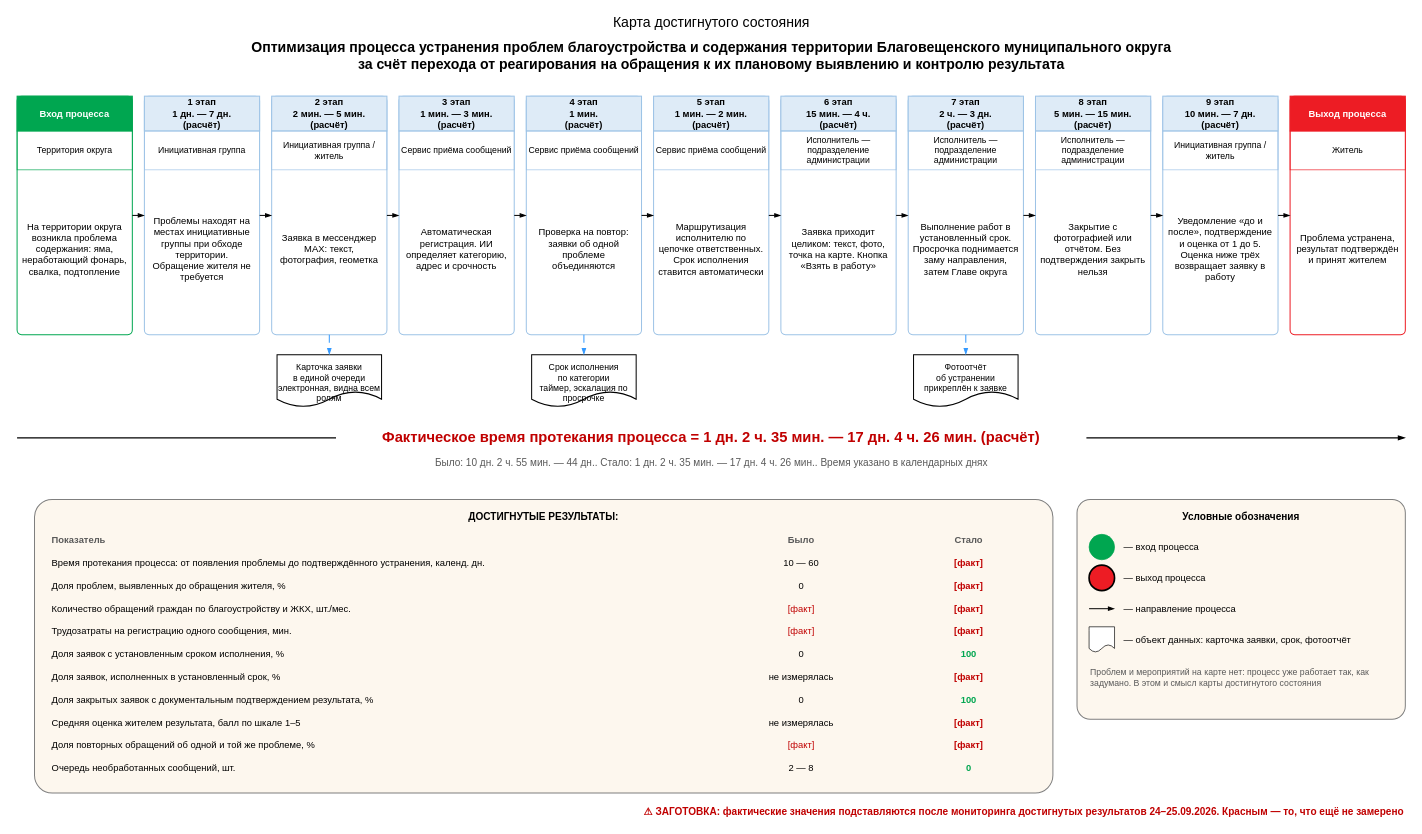
This is файлы/karta-dostignutogo.drawio from NiceGenn/Team-28-progress, a draw.io file, before an edit. Source tidied: cells renumbered, new cells numbered last; positions are measured from the earlier drawing's top-left corner, leaving out a move shared by most shapes. Both pictures are drawn from the tidied source at 67%, with x=0, y=0 at pixel (17, 11).
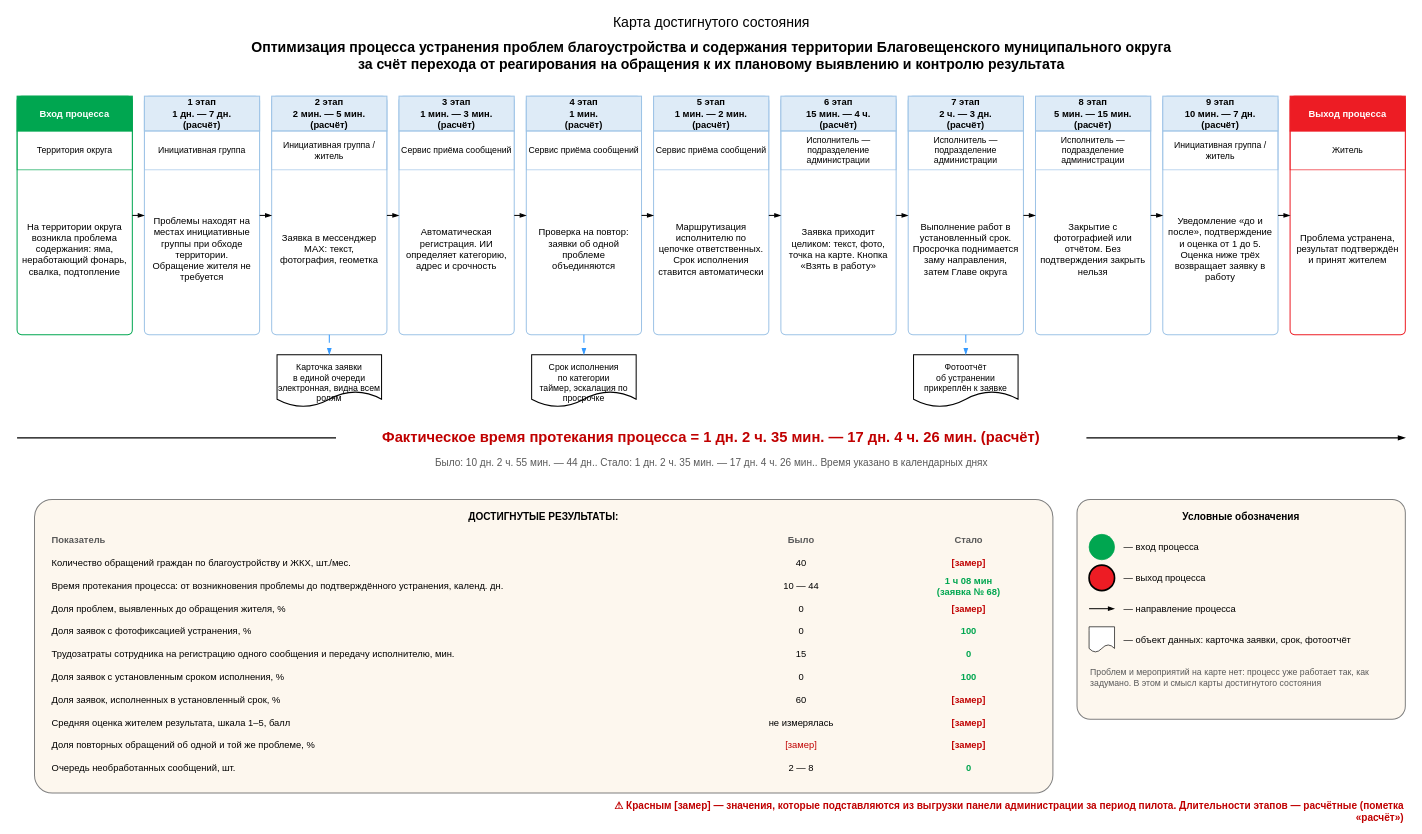
After the change.

Unchanged cells that the change refers to:
```xml
<mxCell id="67" value="ДОСТИГНУТЫЕ РЕЗУЛЬТАТЫ:" style="rounded=1;arcSize=6;whiteSpace=wrap;html=1;fillColor=#FDF7EE;strokeColor=#7F7F7F;strokeWidth=1.5;verticalAlign=top;align=center;fontSize=15;fontStyle=1;spacing=12;" parent="1" vertex="1">
  <mxGeometry x="26" y="728" width="1520" height="438" as="geometry" />
</mxCell>
```

What changed in the source:
```diff
@@
-    <mxCell id="71" value="Время протекания процесса: от появления проблемы до подтверждённого устранения, календ. дн." style="text;html=1;align=left;verticalAlign=middle;fontSize=14;" parent="67" vertex="1">
+    <mxCell id="71" value="Количество обращений граждан по благоустройству и ЖКХ, шт./мес." style="text;html=1;align=left;verticalAlign=middle;fontSize=14;" parent="67" vertex="1">
       <mxGeometry x="24" y="78" width="1000" height="34" as="geometry" />
     </mxCell>
-    <mxCell id="72" value="10 — 60" style="text;html=1;align=center;verticalAlign=middle;fontSize=14;fontColor=#000000;" parent="67" vertex="1">
+    <mxCell id="72" value="40" style="text;html=1;align=center;verticalAlign=middle;fontSize=14;fontColor=#000000;" parent="67" vertex="1">
       <mxGeometry x="1024" y="78" width="240" height="34" as="geometry" />
     </mxCell>
-    <mxCell id="73" value="[факт]" style="text;html=1;align=center;verticalAlign=middle;fontSize=14;fontStyle=1;fontColor=#C00000;" parent="67" vertex="1">
+    <mxCell id="73" value="[замер]" style="text;html=1;align=center;verticalAlign=middle;fontSize=14;fontStyle=1;fontColor=#C00000;" parent="67" vertex="1">
       <mxGeometry x="1274" y="78" width="240" height="34" as="geometry" />
     </mxCell>
-    <mxCell id="74" value="Доля проблем, выявленных до обращения жителя, %" style="text;html=1;align=left;verticalAlign=middle;fontSize=14;" parent="67" vertex="1">
+    <mxCell id="74" value="Время протекания процесса: от возникновения проблемы до подтверждённого устранения, календ. дн." style="text;html=1;align=left;verticalAlign=middle;fontSize=14;" parent="67" vertex="1">
       <mxGeometry x="24" y="112" width="1000" height="34" as="geometry" />
     </mxCell>
-    <mxCell id="75" value="0" style="text;html=1;align=center;verticalAlign=middle;fontSize=14;fontColor=#000000;" parent="67" vertex="1">
+    <mxCell id="75" value="10 — 44" style="text;html=1;align=center;verticalAlign=middle;fontSize=14;fontColor=#000000;" parent="67" vertex="1">
       <mxGeometry x="1024" y="112" width="240" height="34" as="geometry" />
     </mxCell>
-    <mxCell id="76" value="[факт]" style="text;html=1;align=center;verticalAlign=middle;fontSize=14;fontStyle=1;fontColor=#C00000;" parent="67" vertex="1">
+    <mxCell id="76" value="1 ч 08 мин&lt;br&gt;(заявка № 68)" style="text;html=1;align=center;verticalAlign=middle;fontSize=14;fontStyle=1;fontColor=#00A650;" parent="67" vertex="1">
       <mxGeometry x="1274" y="112" width="240" height="34" as="geometry" />
     </mxCell>
-    <mxCell id="77" value="Количество обращений граждан по благоустройству и ЖКХ, шт./мес." style="text;html=1;align=left;verticalAlign=middle;fontSize=14;" parent="67" vertex="1">
+    <mxCell id="77" value="Доля проблем, выявленных до обращения жителя, %" style="text;html=1;align=left;verticalAlign=middle;fontSize=14;" parent="67" vertex="1">
       <mxGeometry x="24" y="146" width="1000" height="34" as="geometry" />
     </mxCell>
-    <mxCell id="78" value="[факт]" style="text;html=1;align=center;verticalAlign=middle;fontSize=14;fontColor=#C00000;" parent="67" vertex="1">
+    <mxCell id="78" value="0" style="text;html=1;align=center;verticalAlign=middle;fontSize=14;fontColor=#000000;" parent="67" vertex="1">
       <mxGeometry x="1024" y="146" width="240" height="34" as="geometry" />
     </mxCell>
-    <mxCell id="79" value="[факт]" style="text;html=1;align=center;verticalAlign=middle;fontSize=14;fontStyle=1;fontColor=#C00000;" parent="67" vertex="1">
+    <mxCell id="79" value="[замер]" style="text;html=1;align=center;verticalAlign=middle;fontSize=14;fontStyle=1;fontColor=#C00000;" parent="67" vertex="1">
       <mxGeometry x="1274" y="146" width="240" height="34" as="geometry" />
     </mxCell>
-    <mxCell id="80" value="Трудозатраты на регистрацию одного сообщения, мин." style="text;html=1;align=left;verticalAlign=middle;fontSize=14;" parent="67" vertex="1">
+    <mxCell id="80" value="Доля заявок с фотофиксацией устранения, %" style="text;html=1;align=left;verticalAlign=middle;fontSize=14;" parent="67" vertex="1">
       <mxGeometry x="24" y="180" width="1000" height="34" as="geometry" />
     </mxCell>
-    <mxCell id="81" value="[факт]" style="text;html=1;align=center;verticalAlign=middle;fontSize=14;fontColor=#C00000;" parent="67" vertex="1">
+    <mxCell id="81" value="0" style="text;html=1;align=center;verticalAlign=middle;fontSize=14;fontColor=#000000;" parent="67" vertex="1">
       <mxGeometry x="1024" y="180" width="240" height="34" as="geometry" />
     </mxCell>
-    <mxCell id="82" value="[факт]" style="text;html=1;align=center;verticalAlign=middle;fontSize=14;fontStyle=1;fontColor=#C00000;" parent="67" vertex="1">
+    <mxCell id="82" value="100" style="text;html=1;align=center;verticalAlign=middle;fontSize=14;fontStyle=1;fontColor=#00A650;" parent="67" vertex="1">
       <mxGeometry x="1274" y="180" width="240" height="34" as="geometry" />
     </mxCell>
-    <mxCell id="83" value="Доля заявок с установленным сроком исполнения, %" style="text;html=1;align=left;verticalAlign=middle;fontSize=14;" parent="67" vertex="1">
+    <mxCell id="83" value="Трудозатраты сотрудника на регистрацию одного сообщения и передачу исполнителю, мин." style="text;html=1;align=left;verticalAlign=middle;fontSize=14;" parent="67" vertex="1">
       <mxGeometry x="24" y="214" width="1000" height="34" as="geometry" />
     </mxCell>
-    <mxCell id="84" value="0" style="text;html=1;align=center;verticalAlign=middle;fontSize=14;fontColor=#000000;" parent="67" vertex="1">
+    <mxCell id="84" value="15" style="text;html=1;align=center;verticalAlign=middle;fontSize=14;fontColor=#000000;" parent="67" vertex="1">
       <mxGeometry x="1024" y="214" width="240" height="34" as="geometry" />
     </mxCell>
-    <mxCell id="85" value="100" style="text;html=1;align=center;verticalAlign=middle;fontSize=14;fontStyle=1;fontColor=#00A650;" parent="67" vertex="1">
+    <mxCell id="85" value="0" style="text;html=1;align=center;verticalAlign=middle;fontSize=14;fontStyle=1;fontColor=#00A650;" parent="67" vertex="1">
       <mxGeometry x="1274" y="214" width="240" height="34" as="geometry" />
     </mxCell>
-    <mxCell id="86" value="Доля заявок, исполненных в установленный срок, %" style="text;html=1;align=left;verticalAlign=middle;fontSize=14;" parent="67" vertex="1">
+    <mxCell id="86" value="Доля заявок с установленным сроком исполнения, %" style="text;html=1;align=left;verticalAlign=middle;fontSize=14;" parent="67" vertex="1">
       <mxGeometry x="24" y="248" width="1000" height="34" as="geometry" />
     </mxCell>
-    <mxCell id="87" value="не измерялась" style="text;html=1;align=center;verticalAlign=middle;fontSize=14;fontColor=#000000;" parent="67" vertex="1">
+    <mxCell id="87" value="0" style="text;html=1;align=center;verticalAlign=middle;fontSize=14;fontColor=#000000;" parent="67" vertex="1">
       <mxGeometry x="1024" y="248" width="240" height="34" as="geometry" />
     </mxCell>
-    <mxCell id="88" value="[факт]" style="text;html=1;align=center;verticalAlign=middle;fontSize=14;fontStyle=1;fontColor=#C00000;" parent="67" vertex="1">
+    <mxCell id="88" value="100" style="text;html=1;align=center;verticalAlign=middle;fontSize=14;fontStyle=1;fontColor=#00A650;" parent="67" vertex="1">
       <mxGeometry x="1274" y="248" width="240" height="34" as="geometry" />
     </mxCell>
-    <mxCell id="89" value="Доля закрытых заявок с документальным подтверждением результата, %" style="text;html=1;align=left;verticalAlign=middle;fontSize=14;" parent="67" vertex="1">
+    <mxCell id="89" value="Доля заявок, исполненных в установленный срок, %" style="text;html=1;align=left;verticalAlign=middle;fontSize=14;" parent="67" vertex="1">
       <mxGeometry x="24" y="282" width="1000" height="34" as="geometry" />
     </mxCell>
-    <mxCell id="90" value="0" style="text;html=1;align=center;verticalAlign=middle;fontSize=14;fontColor=#000000;" parent="67" vertex="1">
+    <mxCell id="90" value="60" style="text;html=1;align=center;verticalAlign=middle;fontSize=14;fontColor=#000000;" parent="67" vertex="1">
       <mxGeometry x="1024" y="282" width="240" height="34" as="geometry" />
     </mxCell>
-    <mxCell id="91" value="100" style="text;html=1;align=center;verticalAlign=middle;fontSize=14;fontStyle=1;fontColor=#00A650;" parent="67" vertex="1">
+    <mxCell id="91" value="[замер]" style="text;html=1;align=center;verticalAlign=middle;fontSize=14;fontStyle=1;fontColor=#C00000;" parent="67" vertex="1">
       <mxGeometry x="1274" y="282" width="240" height="34" as="geometry" />
     </mxCell>
-    <mxCell id="92" value="Средняя оценка жителем результата, балл по шкале 1–5" style="text;html=1;align=left;verticalAlign=middle;fontSize=14;" parent="67" vertex="1">
+    <mxCell id="92" value="Средняя оценка жителем результата, шкала 1–5, балл" style="text;html=1;align=left;verticalAlign=middle;fontSize=14;" parent="67" vertex="1">
       <mxGeometry x="24" y="316" width="1000" height="34" as="geometry" />
     </mxCell>
@@
-    <mxCell id="94" value="[факт]" style="text;html=1;align=center;verticalAlign=middle;fontSize=14;fontStyle=1;fontColor=#C00000;" parent="67" vertex="1">
+    <mxCell id="94" value="[замер]" style="text;html=1;align=center;verticalAlign=middle;fontSize=14;fontStyle=1;fontColor=#C00000;" parent="67" vertex="1">
       <mxGeometry x="1274" y="316" width="240" height="34" as="geometry" />
     </mxCell>
@@
-    <mxCell id="96" value="[факт]" style="text;html=1;align=center;verticalAlign=middle;fontSize=14;fontColor=#C00000;" parent="67" vertex="1">
+    <mxCell id="96" value="[замер]" style="text;html=1;align=center;verticalAlign=middle;fontSize=14;fontColor=#C00000;" parent="67" vertex="1">
       <mxGeometry x="1024" y="350" width="240" height="34" as="geometry" />
     </mxCell>
-    <mxCell id="97" value="[факт]" style="text;html=1;align=center;verticalAlign=middle;fontSize=14;fontStyle=1;fontColor=#C00000;" parent="67" vertex="1">
+    <mxCell id="97" value="[замер]" style="text;html=1;align=center;verticalAlign=middle;fontSize=14;fontStyle=1;fontColor=#C00000;" parent="67" vertex="1">
       <mxGeometry x="1274" y="350" width="240" height="34" as="geometry" />
     </mxCell>
@@
-    <mxCell id="111" value="⚠ ЗАГОТОВКА: фактические значения подставляются после мониторинга достигнутых результатов 24–25.09.2026. Красным — то, что ещё не замерено" style="text;html=1;align=right;verticalAlign=middle;whiteSpace=wrap;fontSize=15;fontStyle=1;fontColor=#C00000;" parent="1" vertex="1">
+    <mxCell id="111" value="⚠ Красным [замер] — значения, которые подставляются из выгрузки панели администрации за период пилота. Длительности этапов — расчётные (пометка «расчёт»)" style="text;html=1;align=right;verticalAlign=middle;whiteSpace=wrap;fontSize=15;fontStyle=1;fontColor=#C00000;" parent="1" vertex="1">
       <mxGeometry x="872" y="1178" width="1200" height="30" as="geometry" />
     </mxCell>
```
